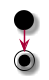
Pyp-o/D-D_bouffe keeps this PlantUML diagram as UML/Event/event.png. Above is the earlier version.
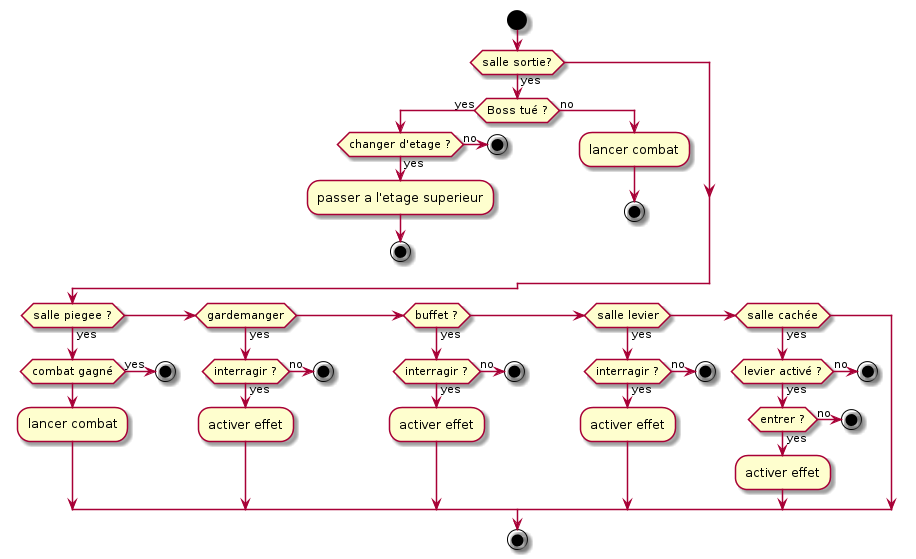
The same file after the commit.

Commit message:
modification diagramme classe

What changed in the source:
```diff
@@ -1,5 +1,54 @@
 @startuml
 start
+if (salle sortie?) then (yes)
+    if (Boss tué ?) then (yes)
+        if (changer d'etage ?) then (yes)
+            :passer a l'etage superieur;
+            stop
+        else (no)
+            stop
+        endif;
+    else (no)
+        :lancer combat;
+        stop
+    endif
+endif
+
+if (salle piegee ?) then (yes)
+    if (combat gagné) then (yes)
+        stop
+    else
+        :lancer combat;
+    endif
+elseif (gardemanger) then (yes)
+    if (interragir ?) then (yes)
+        :activer effet;
+    else (no)
+        stop
+     endif
+elseif (buffet ?) then (yes)
+    if (interragir ?) then (yes)
+        :activer effet;
+    else (no)
+        stop
+     endif
+elseif (salle levier) then (yes)
+    if (interragir ?) then (yes)
+        :activer effet;
+    else (no)
+        stop
+     endif
+elseif (salle cachée) then (yes)
+    if (levier activé ?) then (yes)
+        if (entrer ?) then (yes)
+            :activer effet;
+        else (no)
+            stop
+         endif
+    else (no)
+        stop
+     endif
+endif
 
 stop
 
```
